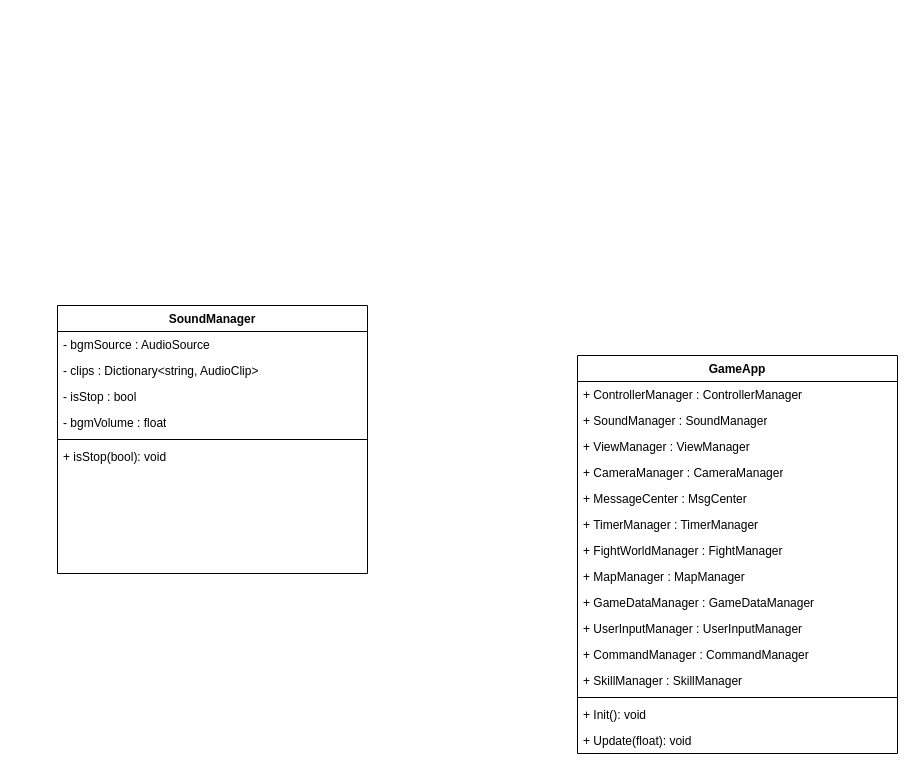
This is BattleFlag/战旗UML.drawio from MinatoBalial/UML-, a draw.io file, before an edit. Source tidied: cells renumbered, new cells numbered last; positions are measured from the earlier drawing's top-left corner, leaving out a move shared by most shapes. Both pictures are drawn from the tidied source at 100%, with x=0, y=0 at pixel (57, 305).
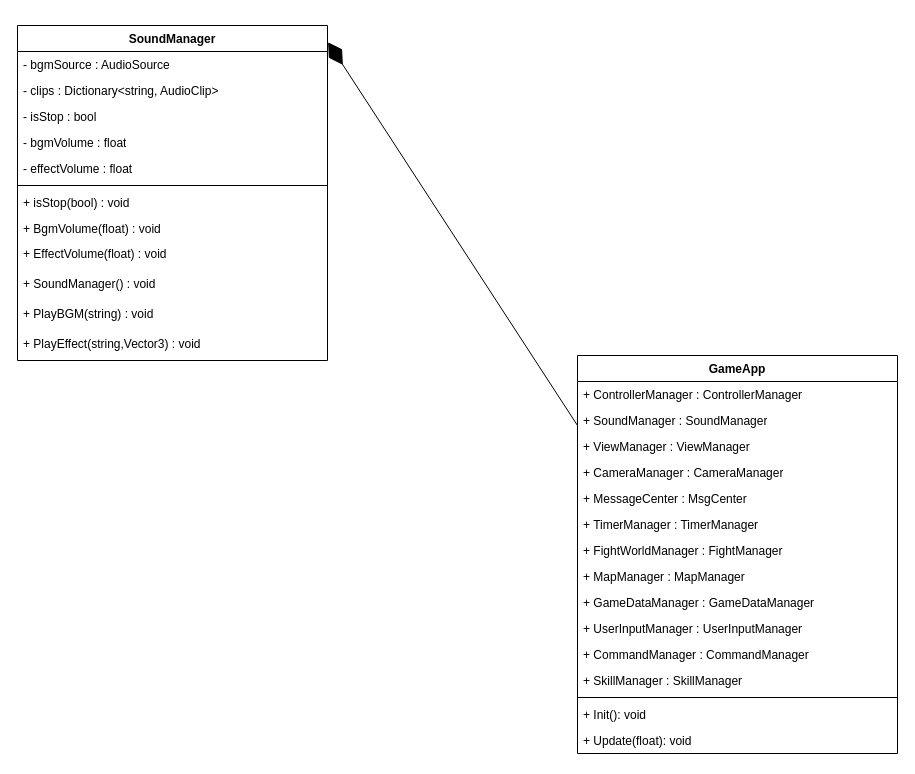
Above is the later version.

The change refers to these unchanged cells:
```xml
<mxCell id="4" value="+ SoundManager : SoundManager" style="text;strokeColor=none;fillColor=none;align=left;verticalAlign=top;spacingLeft=4;spacingRight=4;overflow=hidden;points=[[0,0.5],[1,0.5]];portConstraint=eastwest;whiteSpace=wrap;html=1;" parent="2" vertex="1">
  <mxGeometry y="52" width="320" height="26" as="geometry" />
</mxCell>
```

The edit, as a diff of the source:
```diff
@@
     <mxCell id="18" value="SoundManager" style="swimlane;fontStyle=1;align=center;verticalAlign=top;horizontal=1;startSize=26;whiteSpace=wrap;html=1;" parent="1" vertex="1">
-      <mxGeometry width="310" height="268" as="geometry" />
+      <mxGeometry x="-40" y="-280" width="310" height="335" as="geometry" />
     </mxCell>
@@
+    <mxCell id="25" value="- bgmVolume : float" style="text;strokeColor=none;fillColor=none;align=left;verticalAlign=top;spacingLeft=4;spacingRight=4;overflow=hidden;whiteSpace=wrap;html=1;" parent="18" vertex="1">
+      <mxGeometry y="104" width="310" height="26" as="geometry" />
+    </mxCell>
-    <mxCell id="22" value="- bgmVolume : float" style="text;strokeColor=none;fillColor=none;align=left;verticalAlign=top;spacingLeft=4;spacingRight=4;overflow=hidden;whiteSpace=wrap;html=1;" parent="18" vertex="1">
-      <mxGeometry y="104" width="310" height="26" as="geometry" />
+    <mxCell id="22" value="- effectVolume : float" style="text;strokeColor=none;fillColor=none;align=left;verticalAlign=top;spacingLeft=4;spacingRight=4;overflow=hidden;whiteSpace=wrap;html=1;" parent="18" vertex="1">
+      <mxGeometry y="130" width="310" height="26" as="geometry" />
     </mxCell>
     <mxCell id="23" style="line;strokeWidth=1;fillColor=none;align=left;verticalAlign=middle;spacingTop=-1;spacingLeft=3;spacingRight=3;labelPosition=right;strokeColor=inherit;" parent="18" vertex="1">
-      <mxGeometry y="130" width="310" height="8" as="geometry" />
+      <mxGeometry y="156" width="310" height="8" as="geometry" />
     </mxCell>
+    <mxCell id="26" value="+ isStop(bool) : void&lt;div&gt;&lt;br&gt;&lt;/div&gt;" style="text;strokeColor=none;fillColor=none;align=left;verticalAlign=top;spacingLeft=4;spacingRight=4;overflow=hidden;whiteSpace=wrap;html=1;" parent="18" vertex="1">
+      <mxGeometry y="164" width="310" height="26" as="geometry" />
+    </mxCell>
+    <mxCell id="27" value="+ BgmVolume(float) : void" style="text;strokeColor=none;fillColor=none;align=left;verticalAlign=top;spacingLeft=4;spacingRight=4;overflow=hidden;whiteSpace=wrap;html=1;" parent="18" vertex="1">
+      <mxGeometry y="190" width="310" height="25" as="geometry" />
+    </mxCell>
+    <mxCell id="28" value="+ EffectVolume(float) : void" style="text;strokeColor=none;fillColor=none;align=left;verticalAlign=top;spacingLeft=4;spacingRight=4;overflow=hidden;whiteSpace=wrap;html=1;" parent="18" vertex="1">
+      <mxGeometry y="215" width="310" height="30" as="geometry" />
+    </mxCell>
+    <mxCell id="29" value="+ SoundManager() : void" style="text;strokeColor=none;fillColor=none;align=left;verticalAlign=top;spacingLeft=4;spacingRight=4;overflow=hidden;whiteSpace=wrap;html=1;" parent="18" vertex="1">
+      <mxGeometry y="245" width="310" height="30" as="geometry" />
+    </mxCell>
+    <mxCell id="30" value="+ PlayBGM(string) : void" style="text;strokeColor=none;fillColor=none;align=left;verticalAlign=top;spacingLeft=4;spacingRight=4;overflow=hidden;whiteSpace=wrap;html=1;" parent="18" vertex="1">
+      <mxGeometry y="275" width="310" height="30" as="geometry" />
+    </mxCell>
-    <mxCell id="24" value="+ isStop(bool): void&lt;div&gt;&lt;br&gt;&lt;/div&gt;" style="text;strokeColor=none;fillColor=none;align=left;verticalAlign=top;spacingLeft=4;spacingRight=4;overflow=hidden;whiteSpace=wrap;html=1;" parent="18" vertex="1">
-      <mxGeometry y="138" width="310" height="130" as="geometry" />
+    <mxCell id="24" value="+ PlayEffect(string,Vector3) : void" style="text;strokeColor=none;fillColor=none;align=left;verticalAlign=top;spacingLeft=4;spacingRight=4;overflow=hidden;whiteSpace=wrap;html=1;" parent="18" vertex="1">
+      <mxGeometry y="305" width="310" height="30" as="geometry" />
     </mxCell>
+    <mxCell id="31" style="endArrow=diamondThin;endFill=1;endSize=24;html=1;rounded=0;exitX=0;exitY=0.692;exitDx=0;exitDy=0;exitPerimeter=0;entryX=1.002;entryY=0.05;entryDx=0;entryDy=0;entryPerimeter=0;" parent="1" edge="1" source="4" target="18">
+      <mxGeometry relative="1" as="geometry" />
+    </mxCell>
```
